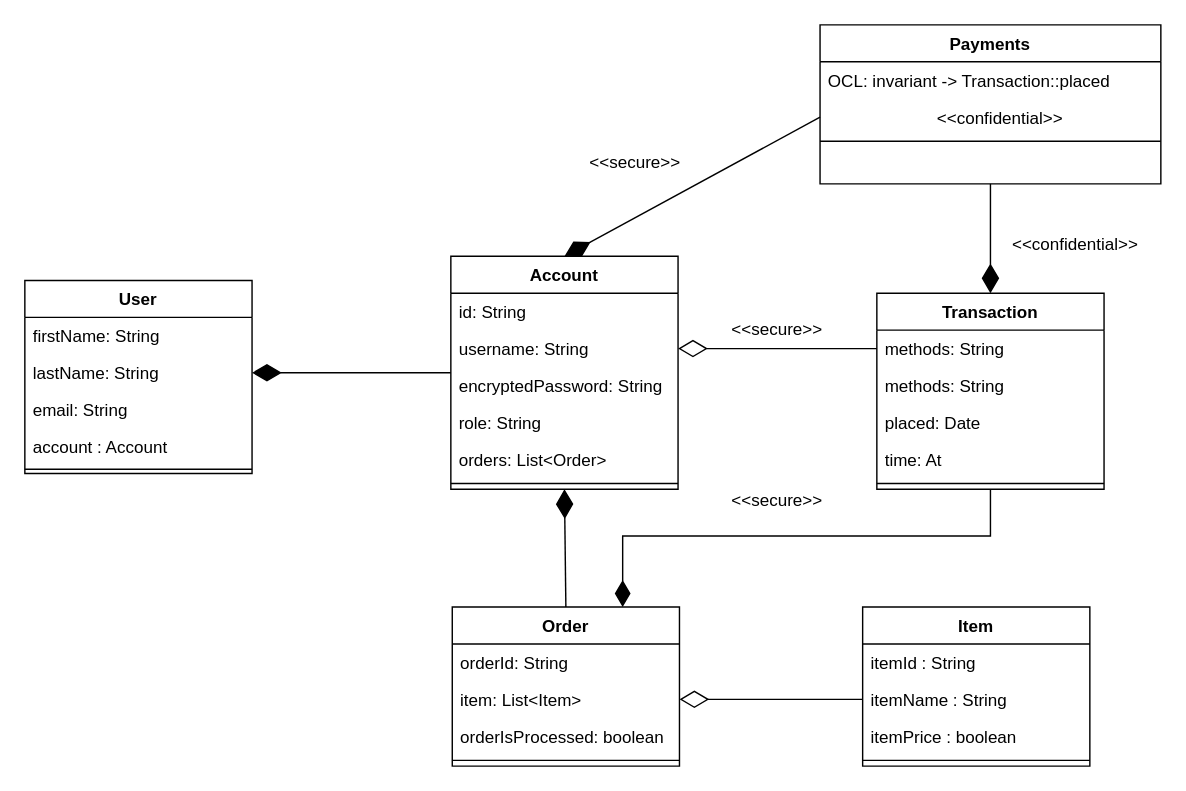
Earlier version of the draw.io diagram Secure-class-PKPL.drawio (MHibriziF/SIPA). Source tidied: cells renumbered, new cells numbered last; positions are measured from the earlier drawing's top-left corner, leaving out a move shared by most shapes. Both pictures are drawn from the tidied source at 142%, with x=0, y=0 at pixel (24, 24).
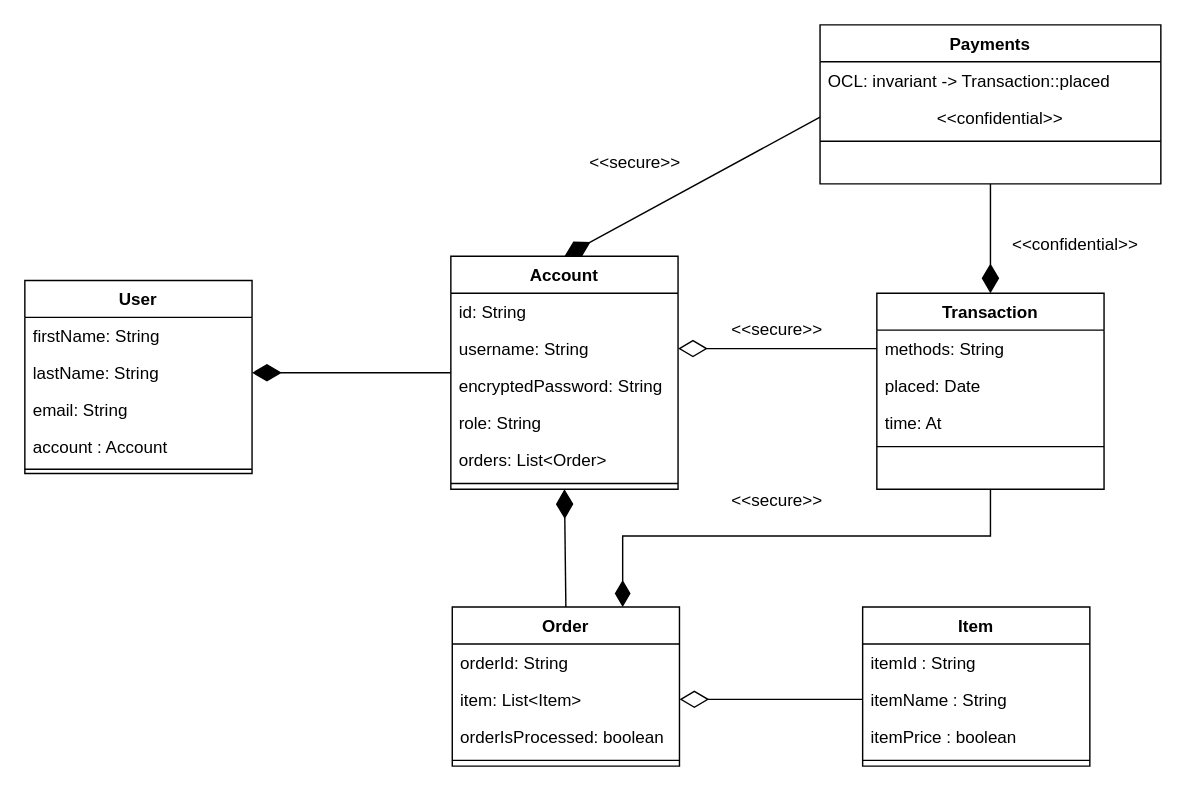
After the change.

Unchanged cells that the change refers to:
```xml
<mxCell id="8" value="Transaction" style="swimlane;fontStyle=1;align=center;verticalAlign=top;horizontal=1;startSize=26;rounded=0;shadow=0;strokeWidth=1;" parent="1" vertex="1">
  <mxGeometry x="600" y="189" width="160" height="138" as="geometry" />
</mxCell>
```

Diff of the diagram source:
```diff
@@
-    <mxCell id="10" value="methods: String" style="text;align=left;verticalAlign=top;spacingLeft=4;spacingRight=4;overflow=hidden;" parent="8" vertex="1">
-      <mxGeometry y="52" width="160" height="26" as="geometry" />
-    </mxCell>
     <mxCell id="11" value="placed: Date" style="text;align=left;verticalAlign=top;spacingLeft=4;spacingRight=4;overflow=hidden;rounded=0;shadow=0;html=0;" parent="8" vertex="1">
-      <mxGeometry y="78" width="160" height="26" as="geometry" />
+      <mxGeometry y="52" width="160" height="26" as="geometry" />
     </mxCell>
     <mxCell id="12" value="time: At" style="text;align=left;verticalAlign=top;spacingLeft=4;spacingRight=4;overflow=hidden;rounded=0;shadow=0;html=0;" parent="8" vertex="1">
-      <mxGeometry y="104" width="160" height="26" as="geometry" />
+      <mxGeometry y="78" width="160" height="26" as="geometry" />
     </mxCell>
     <mxCell id="13" style="line;html=1;strokeWidth=1;align=left;verticalAlign=middle;spacingTop=-1;spacingLeft=3;spacingRight=3;labelPosition=right;" parent="8" vertex="1">
-      <mxGeometry y="130" width="160" height="8" as="geometry" />
+      <mxGeometry y="104" width="160" height="8" as="geometry" />
     </mxCell>
```
